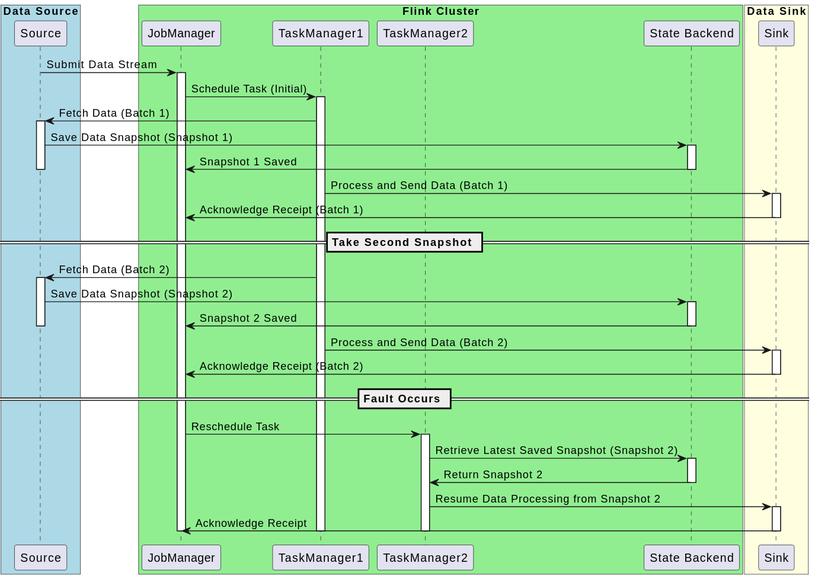
The PlantUML diagram Diagrams/Sequence Diagrams/UseCase4 - Fault Tolerance/fault_tolerance_diagram.svg in Anselmo21/EECS4314-FlinkForce, before a commit. The source it was exported from:
```plantuml
@startuml
box "Data Source" #LightBlue
  participant "Source" as S
end box

box "Flink Cluster" #LightGreen
  participant "JobManager" as JM
  participant "TaskManager1" as TM1
  participant "TaskManager2" as TM2
  participant "State Backend" as SB
end box

box "Data Sink" #LightYellow
  participant "Sink" as SK
end box

S -> JM: Submit Data Stream
activate JM

JM -> TM1: Schedule Task (Initial)
activate TM1

TM1 -> S: Fetch Data (Batch 1)
activate S
S -> SB: Save Data Snapshot (Snapshot 1)
activate SB
SB -> JM: Snapshot 1 Saved
deactivate SB
deactivate S

TM1 -> SK: Process and Send Data (Batch 1)
activate SK
SK -> JM: Acknowledge Receipt (Batch 1)
deactivate SK

== Take Second Snapshot ==

TM1 -> S: Fetch Data (Batch 2)
activate S
S -> SB: Save Data Snapshot (Snapshot 2)
activate SB
SB -> JM: Snapshot 2 Saved
deactivate SB
deactivate S

TM1 -> SK: Process and Send Data (Batch 2)
activate SK
SK -> JM: Acknowledge Receipt (Batch 2)
deactivate SK

== Fault Occurs ==

JM -> TM2: Reschedule Task
activate TM2

TM2 -> SB: Retrieve Latest Saved Snapshot (Snapshot 2)
activate SB
SB -> TM2: Return Snapshot 2
deactivate SB

TM2 -> SK: Resume Data Processing from Snapshot 2
activate SK
SK -> JM: Acknowledge Receipt
deactivate SK

deactivate JM
deactivate TM1
deactivate TM2
@enduml
```
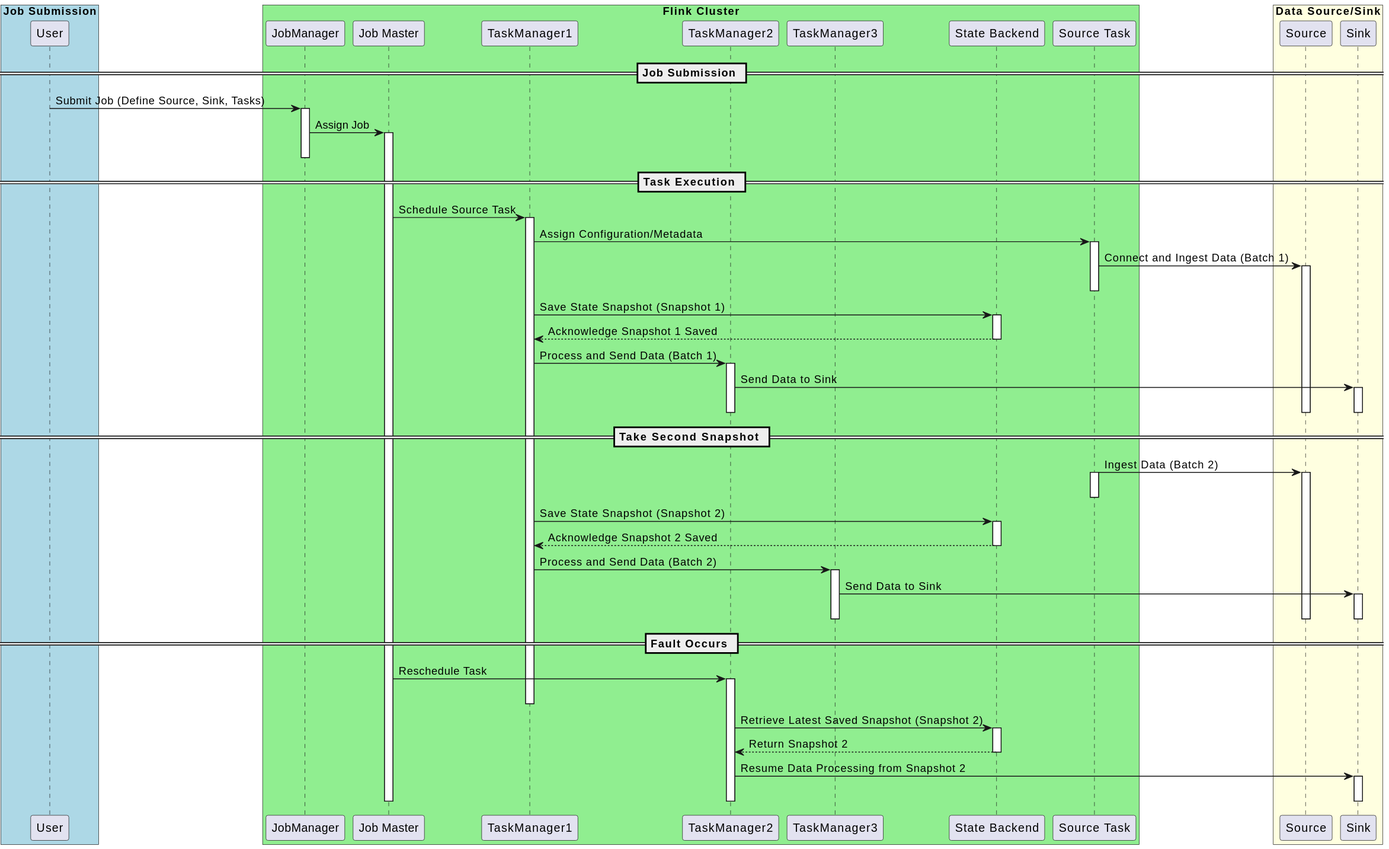
After the change.

Commit message:
updating use case 2 and 4 based on Alex's feedback

The edit, as a diff of the source:
```diff
@@ -1,69 +1,88 @@
 @startuml
-box "Data Source" #LightBlue
-  participant "Source" as S
+box "Job Submission" #LightBlue
+  participant "User" as U
 end box
 
 box "Flink Cluster" #LightGreen
   participant "JobManager" as JM
+  participant "Job Master" as JMaster
   participant "TaskManager1" as TM1
   participant "TaskManager2" as TM2
+  participant "TaskManager3" as TM3
   participant "State Backend" as SB
+  participant "Source Task" as ST
 end box
 
-box "Data Sink" #LightYellow
+box "Data Source/Sink" #LightYellow
+  participant "Source" as S
   participant "Sink" as SK
 end box
 
-S -> JM: Submit Data Stream
+== Job Submission ==
+
+U -> JM: Submit Job (Define Source, Sink, Tasks)
 activate JM
+JM -> JMaster: Assign Job
+activate JMaster
+deactivate JM
 
-JM -> TM1: Schedule Task (Initial)
+== Task Execution ==
+JMaster -> TM1: Schedule Source Task
 activate TM1
+TM1 -> ST: Assign Configuration/Metadata
+activate ST
+ST -> S: Connect and Ingest Data (Batch 1)
+activate S
+deactivate ST
 
-TM1 -> S: Fetch Data (Batch 1)
-activate S
-S -> SB: Save Data Snapshot (Snapshot 1)
+TM1 -> SB: Save State Snapshot (Snapshot 1)
 activate SB
-SB -> JM: Snapshot 1 Saved
+SB --> TM1: Acknowledge Snapshot 1 Saved
 deactivate SB
+
+TM1 -> TM2: Process and Send Data (Batch 1)
+activate TM2
+TM2 -> SK: Send Data to Sink
+activate SK
+deactivate SK
 deactivate S
-
-TM1 -> SK: Process and Send Data (Batch 1)
-activate SK
-SK -> JM: Acknowledge Receipt (Batch 1)
-deactivate SK
+deactivate TM2
 
 == Take Second Snapshot ==
 
-TM1 -> S: Fetch Data (Batch 2)
+ST -> S: Ingest Data (Batch 2)
+activate ST
 activate S
-S -> SB: Save Data Snapshot (Snapshot 2)
+deactivate ST
+
+TM1 -> SB: Save State Snapshot (Snapshot 2)
 activate SB
-SB -> JM: Snapshot 2 Saved
+SB --> TM1: Acknowledge Snapshot 2 Saved
 deactivate SB
+
+TM1 -> TM3: Process and Send Data (Batch 2)
+activate TM3
+TM3 -> SK: Send Data to Sink
+activate SK
+deactivate SK
 deactivate S
-
-TM1 -> SK: Process and Send Data (Batch 2)
-activate SK
-SK -> JM: Acknowledge Receipt (Batch 2)
-deactivate SK
+deactivate TM3
 
 == Fault Occurs ==
 
-JM -> TM2: Reschedule Task
+JMaster -> TM2: Reschedule Task
 activate TM2
+deactivate TM1
 
 TM2 -> SB: Retrieve Latest Saved Snapshot (Snapshot 2)
 activate SB
-SB -> TM2: Return Snapshot 2
+SB --> TM2: Return Snapshot 2
 deactivate SB
 
 TM2 -> SK: Resume Data Processing from Snapshot 2
 activate SK
-SK -> JM: Acknowledge Receipt
 deactivate SK
 
-deactivate JM
-deactivate TM1
 deactivate TM2
+deactivate JMaster
 @enduml
```
